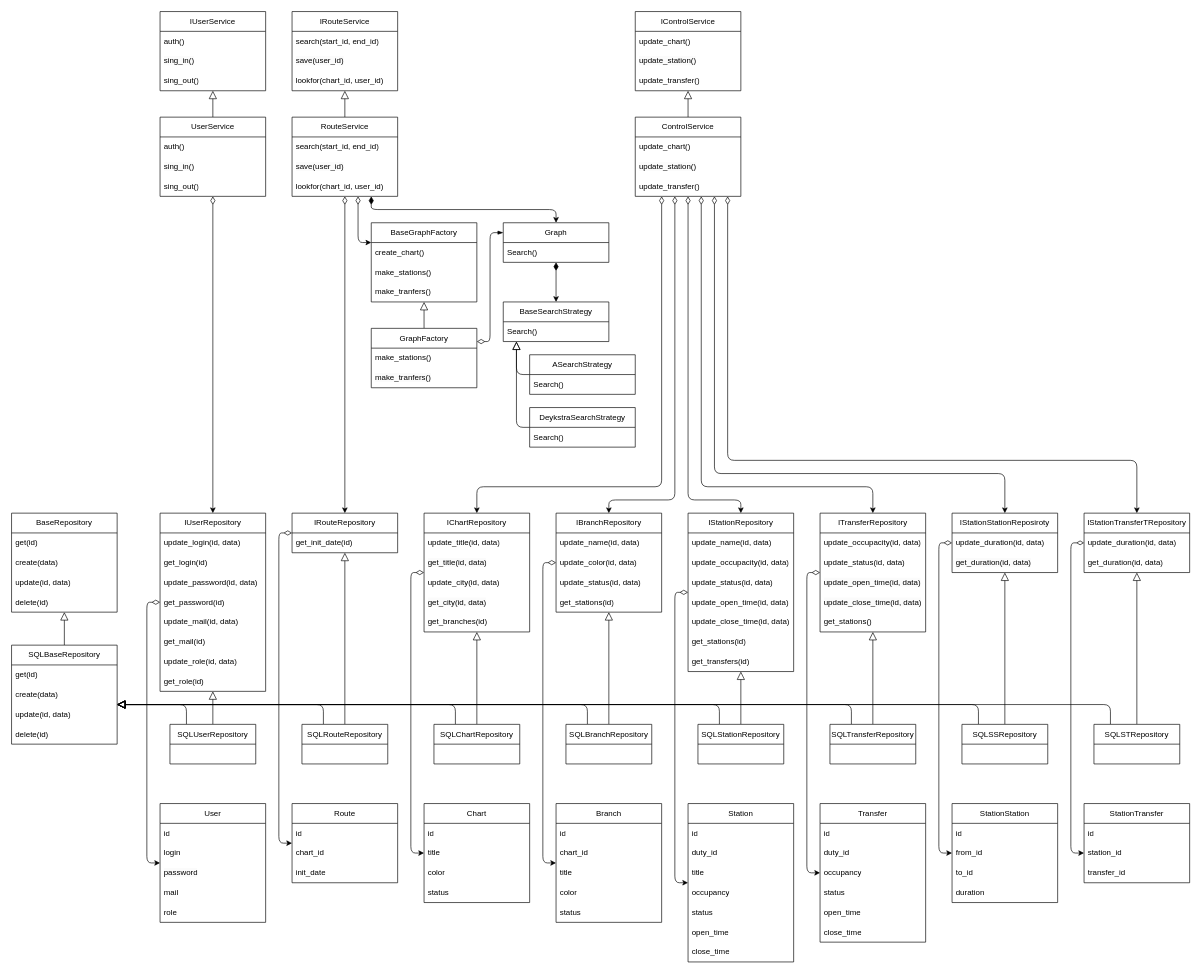
Before: charts/UML_BusinessLogic.drawio in Mihyich/PPO, a draw.io diagram. Source tidied: cells renumbered, new cells numbered last; positions are measured from the earlier drawing's top-left corner, leaving out a move shared by most shapes. Both pictures are drawn from the tidied source at 66%, with x=0, y=0 at pixel (11, 11).
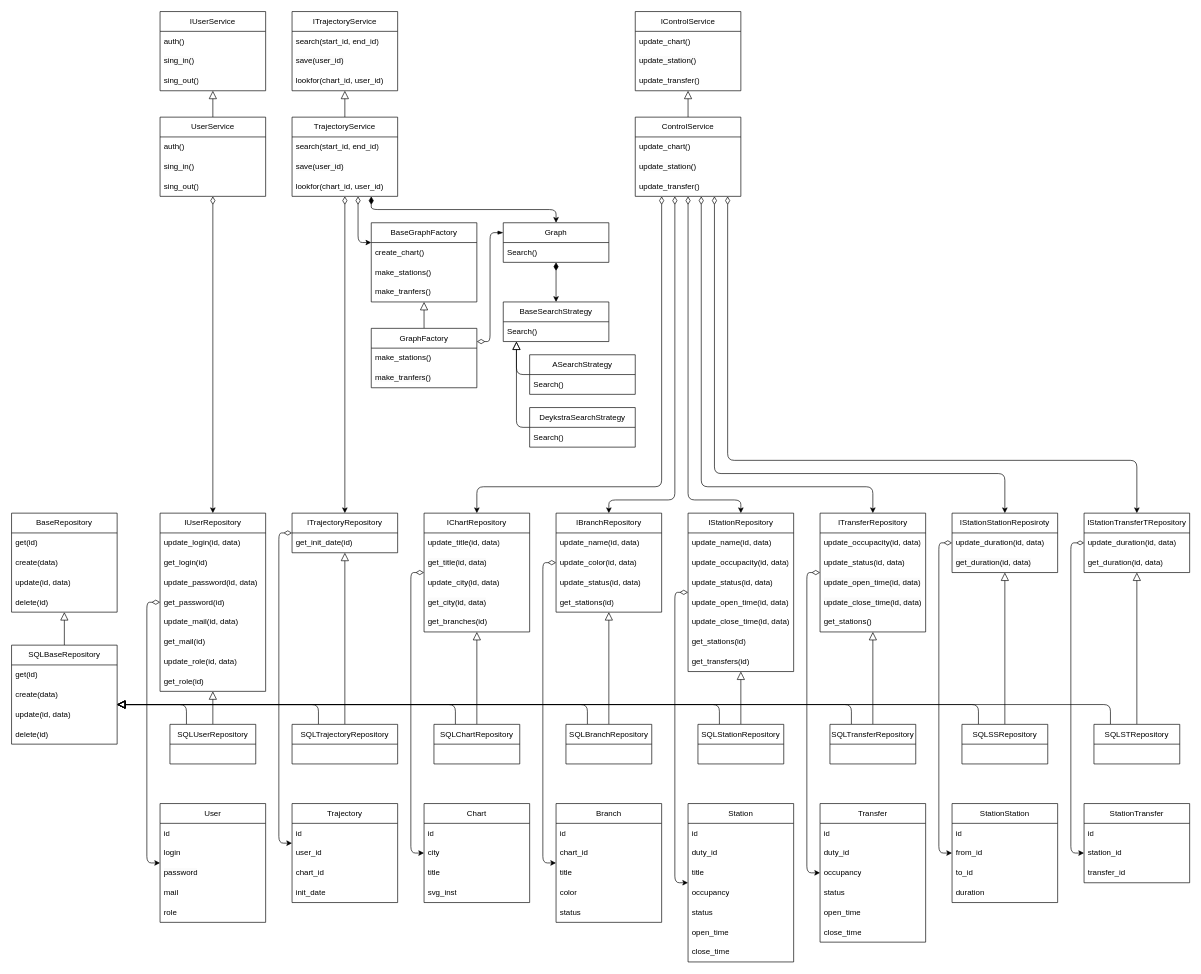
The same diagram, later.

Commit message (it also covers changes not shown here):
Переименование атрибутов в диаграммах

Unchanged cells that the change refers to:
```xml
<mxCell id="39" value="SQLBaseRepository" style="swimlane;fontStyle=0;horizontal=1;startSize=30;whiteSpace=wrap;html=1;" parent="1" vertex="1">
  <mxGeometry y="960" width="160" height="150" as="geometry" />
</mxCell>
<mxCell id="184" value="Chart" style="swimlane;fontStyle=0;horizontal=1;startSize=30;whiteSpace=wrap;html=1;" parent="1" vertex="1">
  <mxGeometry x="625" y="1200" width="160" height="150" as="geometry" />
</mxCell>
```

Diff of the diagram source:
```diff
@@
-    <mxCell id="55" value="IRouteRepository" style="swimlane;fontStyle=0;horizontal=1;startSize=30;whiteSpace=wrap;html=1;swimlaneFillColor=none;fillStyle=auto;" parent="1" vertex="1">
+    <mxCell id="55" value="ITrajectoryRepository" style="swimlane;fontStyle=0;horizontal=1;startSize=30;whiteSpace=wrap;html=1;swimlaneFillColor=none;fillStyle=auto;" parent="1" vertex="1">
       <mxGeometry x="425" y="760" width="160" height="60" as="geometry" />
     </mxCell>
@@
     <mxCell id="90" style="edgeStyle=orthogonalEdgeStyle;html=1;exitX=0.25;exitY=0;exitDx=0;exitDy=0;endArrow=block;endFill=0;endSize=10;" parent="1" edge="1" source="91" target="39">
       <mxGeometry relative="1" as="geometry">
         <Array as="points">
-          <mxPoint x="473" y="1050" />
+          <mxPoint x="465" y="1050" />
         </Array>
       </mxGeometry>
     </mxCell>
-    <mxCell id="91" value="SQLRouteRepository" style="swimlane;fontStyle=0;horizontal=1;startSize=30;whiteSpace=wrap;html=1;" parent="1" vertex="1">
-      <mxGeometry x="440" y="1080" width="130" height="60" as="geometry" />
+    <mxCell id="91" value="SQLTrajectoryRepository" style="swimlane;fontStyle=0;horizontal=1;startSize=30;whiteSpace=wrap;html=1;" parent="1" vertex="1">
+      <mxGeometry x="425" y="1080" width="160" height="60" as="geometry" />
     </mxCell>
@@
-    <mxCell id="123" value="IRouteService" style="swimlane;fontStyle=0;horizontal=1;startSize=30;whiteSpace=wrap;html=1;" parent="1" vertex="1">
+    <mxCell id="123" value="ITrajectoryService" style="swimlane;fontStyle=0;horizontal=1;startSize=30;whiteSpace=wrap;html=1;" parent="1" vertex="1">
       <mxGeometry x="425" width="160" height="120" as="geometry" />
     </mxCell>
@@
-    <mxCell id="131" value="RouteService" style="swimlane;fontStyle=0;horizontal=1;startSize=30;whiteSpace=wrap;html=1;" parent="1" vertex="1">
+    <mxCell id="131" value="TrajectoryService" style="swimlane;fontStyle=0;horizontal=1;startSize=30;whiteSpace=wrap;html=1;" parent="1" vertex="1">
       <mxGeometry x="425" y="160" width="160" height="120" as="geometry" />
     </mxCell>
@@
-    <mxCell id="150" value="Route" style="swimlane;fontStyle=0;horizontal=1;startSize=30;whiteSpace=wrap;html=1;" parent="1" vertex="1">
-      <mxGeometry x="425" y="1200" width="160" height="120" as="geometry" />
+    <mxCell id="150" value="Trajectory" style="swimlane;fontStyle=0;horizontal=1;startSize=30;whiteSpace=wrap;html=1;" parent="1" vertex="1">
+      <mxGeometry x="425" y="1200" width="160" height="150" as="geometry" />
     </mxCell>
@@
+    <mxCell id="189" value="user_id" style="text;strokeColor=none;fillColor=none;align=left;verticalAlign=middle;spacingLeft=4;spacingRight=4;overflow=hidden;whiteSpace=wrap;html=1;" parent="150" vertex="1">
+      <mxGeometry y="60" width="160" height="30" as="geometry" />
+    </mxCell>
     <mxCell id="152" value="chart_id" style="text;strokeColor=none;fillColor=none;align=left;verticalAlign=middle;spacingLeft=4;spacingRight=4;overflow=hidden;whiteSpace=wrap;html=1;" parent="150" vertex="1">
-      <mxGeometry y="60" width="160" height="30" as="geometry" />
+      <mxGeometry y="90" width="160" height="30" as="geometry" />
     </mxCell>
     <mxCell id="153" value="init_date" style="text;strokeColor=none;fillColor=none;align=left;verticalAlign=middle;spacingLeft=4;spacingRight=4;overflow=hidden;whiteSpace=wrap;html=1;" parent="150" vertex="1">
-      <mxGeometry y="90" width="160" height="30" as="geometry" />
+      <mxGeometry y="120" width="160" height="30" as="geometry" />
     </mxCell>
@@
-    <mxCell id="186" value="title" style="text;strokeColor=none;fillColor=none;align=left;verticalAlign=middle;spacingLeft=4;spacingRight=4;overflow=hidden;whiteSpace=wrap;html=1;" parent="184" vertex="1">
+    <mxCell id="186" value="city" style="text;strokeColor=none;fillColor=none;align=left;verticalAlign=middle;spacingLeft=4;spacingRight=4;overflow=hidden;whiteSpace=wrap;html=1;" parent="184" vertex="1">
       <mxGeometry y="60" width="160" height="30" as="geometry" />
     </mxCell>
-    <mxCell id="187" value="color" style="text;strokeColor=none;fillColor=none;align=left;verticalAlign=middle;spacingLeft=4;spacingRight=4;overflow=hidden;whiteSpace=wrap;html=1;" parent="184" vertex="1">
+    <mxCell id="187" value="title" style="text;strokeColor=none;fillColor=none;align=left;verticalAlign=middle;spacingLeft=4;spacingRight=4;overflow=hidden;whiteSpace=wrap;html=1;" parent="184" vertex="1">
       <mxGeometry y="90" width="160" height="30" as="geometry" />
     </mxCell>
-    <mxCell id="188" value="status" style="text;strokeColor=none;fillColor=none;align=left;verticalAlign=middle;spacingLeft=4;spacingRight=4;overflow=hidden;whiteSpace=wrap;html=1;" parent="184" vertex="1">
+    <mxCell id="188" value="svg_inst" style="text;strokeColor=none;fillColor=none;align=left;verticalAlign=middle;spacingLeft=4;spacingRight=4;overflow=hidden;whiteSpace=wrap;html=1;" parent="184" vertex="1">
       <mxGeometry y="120" width="160" height="30" as="geometry" />
     </mxCell>
```
